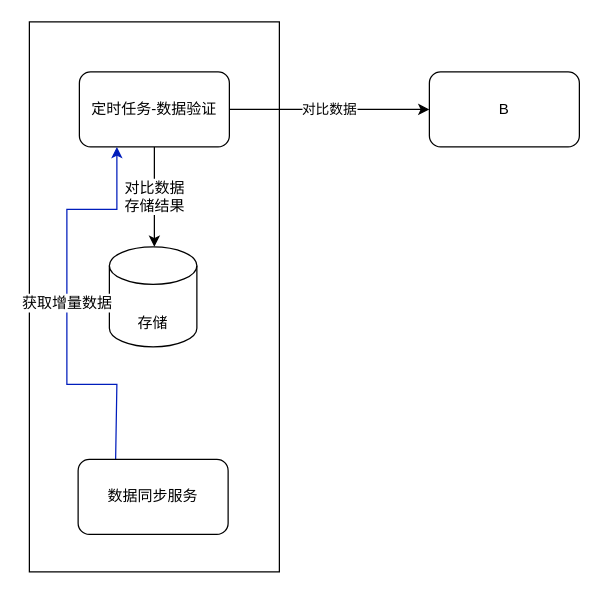
Before: tungee/Data Middle Platform/数据中台-数据验证.drawio in zhuzz0129/drawio, a draw.io diagram. Source tidied: cells renumbered, new cells numbered last; positions are measured from the earlier drawing's top-left corner, leaving out a move shared by most shapes. Both pictures are drawn from the tidied source at 125%, with x=0, y=0 at pixel (29, 21).
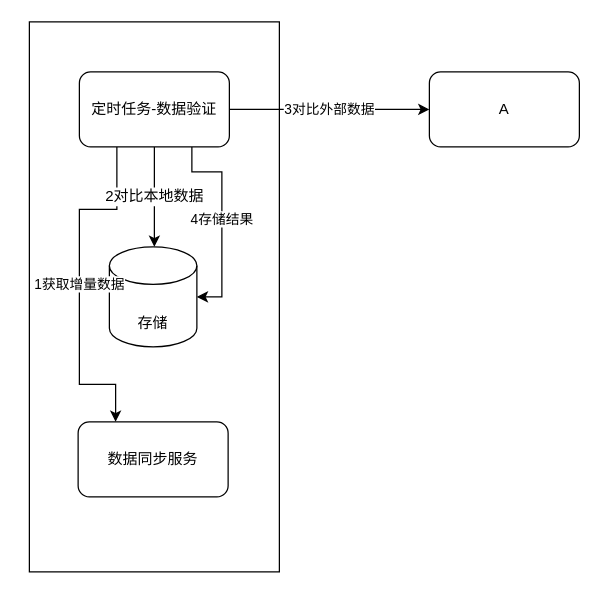
The same diagram, later.

Commit message:
更新数据中台-数据验证.drawio

Diff of the diagram source:
```diff
@@
 <mxGraphModel>
   <root>
     <mxCell id="0" />
     <mxCell id="1" parent="0" />
     <mxCell id="2" style="rounded=0;whiteSpace=wrap;html=1;fontSize=12;" parent="1" vertex="1">
       <mxGeometry width="200" height="440" as="geometry" />
     </mxCell>
-    <mxCell id="3" value="对比数据&lt;br&gt;存储结果" style="edgeStyle=orthogonalEdgeStyle;rounded=0;jettySize=auto;html=1;fontSize=12;" parent="1" edge="1" source="5">
-      <mxGeometry relative="1" as="geometry">
-        <mxPoint x="100" y="180" as="targetPoint" />
-      </mxGeometry>
-    </mxCell>
-    <mxCell id="4" value="对比数据" style="edgeStyle=orthogonalEdgeStyle;rounded=0;jettySize=auto;html=1;exitX=1;exitY=0.5;exitDx=0;exitDy=0;entryX=0;entryY=0.5;entryDx=0;entryDy=0;" parent="1" edge="1" source="5" target="6">
+    <mxCell id="4" value="3对比外部数据" style="edgeStyle=orthogonalEdgeStyle;rounded=0;jettySize=auto;html=1;exitX=1;exitY=0.5;exitDx=0;exitDy=0;entryX=0;entryY=0.5;entryDx=0;entryDy=0;" parent="1" edge="1" source="5" target="6">
       <mxGeometry relative="1" as="geometry" />
     </mxCell>
+    <mxCell id="10" value="4存储结果" style="edgeStyle=orthogonalEdgeStyle;rounded=0;jettySize=auto;html=1;exitX=0.75;exitY=1;exitDx=0;exitDy=0;entryX=1;entryY=0.5;entryDx=0;entryDy=0;entryPerimeter=0;strokeColor=#000000;" parent="1" edge="1" source="5" target="7">
+      <mxGeometry relative="1" as="geometry">
+        <Array as="points">
+          <mxPoint x="130" y="120" />
+          <mxPoint x="154" y="120" />
+          <mxPoint x="154" y="220" />
+        </Array>
+      </mxGeometry>
+    </mxCell>
     <mxCell id="5" value="定时任务-数据验证" style="whiteSpace=wrap;html=1;rounded=1;fontSize=12;" parent="1" vertex="1">
       <mxGeometry x="40" y="40" width="120" height="60" as="geometry" />
     </mxCell>
-    <mxCell id="6" value="B" style="whiteSpace=wrap;html=1;rounded=1;fontSize=12;" parent="1" vertex="1">
+    <mxCell id="6" value="A" style="whiteSpace=wrap;html=1;rounded=1;fontSize=12;" parent="1" vertex="1">
       <mxGeometry x="320" y="40" width="120" height="60" as="geometry" />
     </mxCell>
     <mxCell id="7" value="&lt;br&gt;存储" style="shape=cylinder3;whiteSpace=wrap;html=1;boundedLbl=1;backgroundOutline=1;size=15;fontSize=12;" parent="1" vertex="1">
       <mxGeometry x="64" y="180" width="70" height="80" as="geometry" />
     </mxCell>
-    <mxCell id="8" value="获取增量数据" style="edgeStyle=orthogonalEdgeStyle;rounded=0;jettySize=auto;html=1;exitX=0.25;exitY=0;exitDx=0;exitDy=0;entryX=0.25;entryY=1;entryDx=0;entryDy=0;fontSize=12;jumpStyle=none;fillColor=#0050ef;strokeColor=#001DBC;" parent="1" edge="1" source="9" target="5">
-      <mxGeometry relative="1" as="geometry">
-        <Array as="points">
-          <mxPoint x="70" y="350" />
-          <mxPoint x="70" y="290" />
-          <mxPoint x="30" y="290" />
-          <mxPoint x="30" y="150" />
-          <mxPoint x="70" y="150" />
-        </Array>
-      </mxGeometry>
-    </mxCell>
     <mxCell id="9" value="&lt;span&gt;数据同步服务&lt;/span&gt;" style="rounded=1;whiteSpace=wrap;html=1;fontSize=12;" parent="1" vertex="1">
-      <mxGeometry x="39" y="350" width="120" height="60" as="geometry" />
+      <mxGeometry x="39" y="320" width="120" height="60" as="geometry" />
     </mxCell>
+    <mxCell id="11" value="1获取增量数据" style="edgeStyle=orthogonalEdgeStyle;rounded=0;jettySize=auto;html=1;exitX=0.25;exitY=1;exitDx=0;exitDy=0;entryX=0.25;entryY=0;entryDx=0;entryDy=0;strokeColor=#000000;" parent="1" edge="1" source="5" target="9">
+      <mxGeometry relative="1" as="geometry">
+        <Array as="points">
+          <mxPoint x="70" y="150" />
+          <mxPoint x="40" y="150" />
+          <mxPoint x="40" y="290" />
+          <mxPoint x="69" y="290" />
+        </Array>
+      </mxGeometry>
+    </mxCell>
+    <mxCell id="3" value="2对比本地数据" style="edgeStyle=orthogonalEdgeStyle;rounded=0;jettySize=auto;html=1;fontSize=12;" parent="1" edge="1" source="5">
+      <mxGeometry relative="1" as="geometry">
+        <mxPoint x="100" y="180" as="targetPoint" />
+      </mxGeometry>
+    </mxCell>
   </root>
 </mxGraphModel>
```
